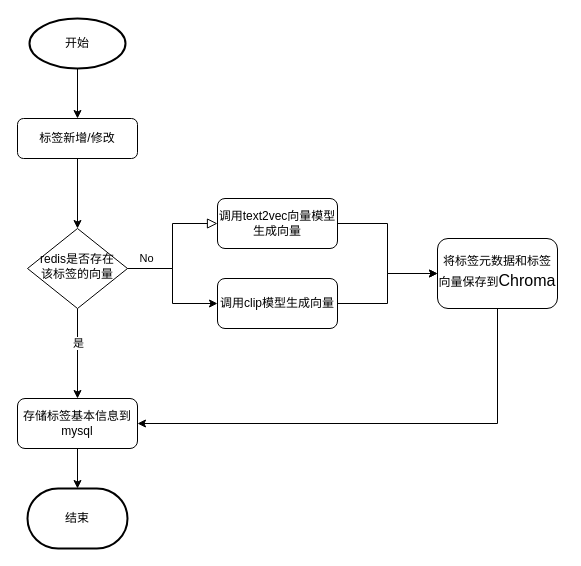
This is 未命名绘图.drawio from weiqingpingcom/draw, a draw.io file, before an edit. Source tidied: cells renumbered, new cells numbered last; positions are measured from the earlier drawing's top-left corner, leaving out a move shared by most shapes. Both pictures are drawn from the tidied source at 100%, with x=0, y=0 at pixel (17, 18).
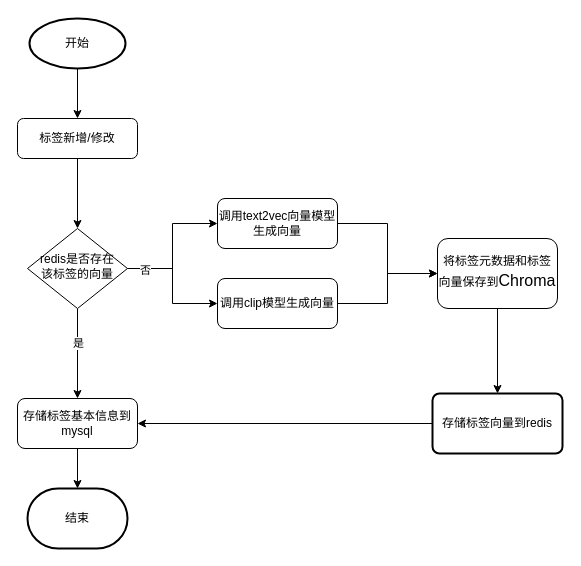
After the change.

Commit message (it also covers changes not shown here):
更新未命名绘图.drawio

The change refers to these unchanged cells:
```xml
<mxCell id="8" value="redis是否存在&lt;div&gt;该标签的向量&lt;/div&gt;" style="rhombus;whiteSpace=wrap;html=1;shadow=0;fontFamily=Helvetica;fontSize=12;align=center;strokeWidth=1;spacing=6;spacingTop=-4;" parent="1" vertex="1">
  <mxGeometry x="10" y="210" width="100" height="80" as="geometry" />
</mxCell>
<mxCell id="10" value="调用text2vec向量模型生成向量" style="rounded=1;whiteSpace=wrap;html=1;fontSize=12;glass=0;strokeWidth=1;shadow=0;" parent="1" vertex="1">
  <mxGeometry x="200" y="180" width="120" height="50" as="geometry" />
</mxCell>
<mxCell id="14" value="将标签元数据和标签向量保存到&lt;span style=&quot;font-size:12.0pt;mso-bidi-font-size:&lt;br/&gt;11.0pt;line-height:150%;font-family:宋体;mso-fareast-font-family:新宋体;mso-bidi-font-family:&lt;br/&gt;&amp;quot;Times New Roman&amp;quot;;mso-bidi-theme-font:minor-bidi;mso-font-kerning:1.0pt;&lt;br/&gt;mso-ansi-language:EN-US;mso-fareast-language:ZH-CN;mso-bidi-language:AR-SA&quot; lang=&quot;EN-US&quot;&gt;Chroma&lt;/span&gt;" style="rounded=1;whiteSpace=wrap;html=1;fontSize=12;glass=0;strokeWidth=1;shadow=0;" parent="1" vertex="1">
  <mxGeometry x="420" y="220" width="120" height="70" as="geometry" />
</mxCell>
<mxCell id="16" value="存储标签基本信息到mysql" style="rounded=1;whiteSpace=wrap;html=1;fontSize=12;glass=0;strokeWidth=1;shadow=0;" parent="1" vertex="1">
  <mxGeometry y="380" width="120" height="50" as="geometry" />
</mxCell>
```

What changed in the source:
```diff
@@
-    <mxCell id="4" value="No" style="edgeStyle=orthogonalEdgeStyle;rounded=0;html=1;jettySize=auto;fontSize=11;endArrow=block;endFill=0;endSize=8;strokeWidth=1;shadow=0;labelBackgroundColor=none;" parent="1" edge="1" source="8" target="10">
-      <mxGeometry x="-0.72" y="10" relative="1" as="geometry" />
-    </mxCell>
@@
+    <mxCell id="4" style="edgeStyle=orthogonalEdgeStyle;rounded=0;jettySize=auto;html=1;" parent="1" edge="1" source="8" target="10">
+      <mxGeometry relative="1" as="geometry" />
+    </mxCell>
+    <mxCell id="20" value="否" style="edgeLabel;html=1;align=center;verticalAlign=middle;" parent="4" vertex="1">
+      <mxGeometry x="-0.75" y="-1" relative="1" as="geometry" />
+    </mxCell>
@@
-    <mxCell id="13" style="edgeStyle=orthogonalEdgeStyle;rounded=0;jettySize=auto;html=1;" parent="1" edge="1" source="14" target="16">
-      <mxGeometry relative="1" as="geometry">
-        <Array as="points">
-          <mxPoint x="480" y="405" />
-        </Array>
-      </mxGeometry>
-    </mxCell>
+    <mxCell id="21" style="edgeStyle=orthogonalEdgeStyle;rounded=0;jettySize=auto;html=1;" parent="1" edge="1" source="14" target="23">
+      <mxGeometry relative="1" as="geometry" />
+    </mxCell>
@@
+    <mxCell id="22" style="edgeStyle=orthogonalEdgeStyle;rounded=0;jettySize=auto;html=1;entryX=1;entryY=0.5;entryDx=0;entryDy=0;" parent="1" edge="1" source="23" target="16">
+      <mxGeometry relative="1" as="geometry" />
+    </mxCell>
+    <mxCell id="23" value="存储标签向量到redis" style="rounded=1;whiteSpace=wrap;html=1;absoluteArcSize=1;arcSize=14;strokeWidth=2;" parent="1" vertex="1">
+      <mxGeometry x="415" y="375" width="130" height="60" as="geometry" />
+    </mxCell>
```
